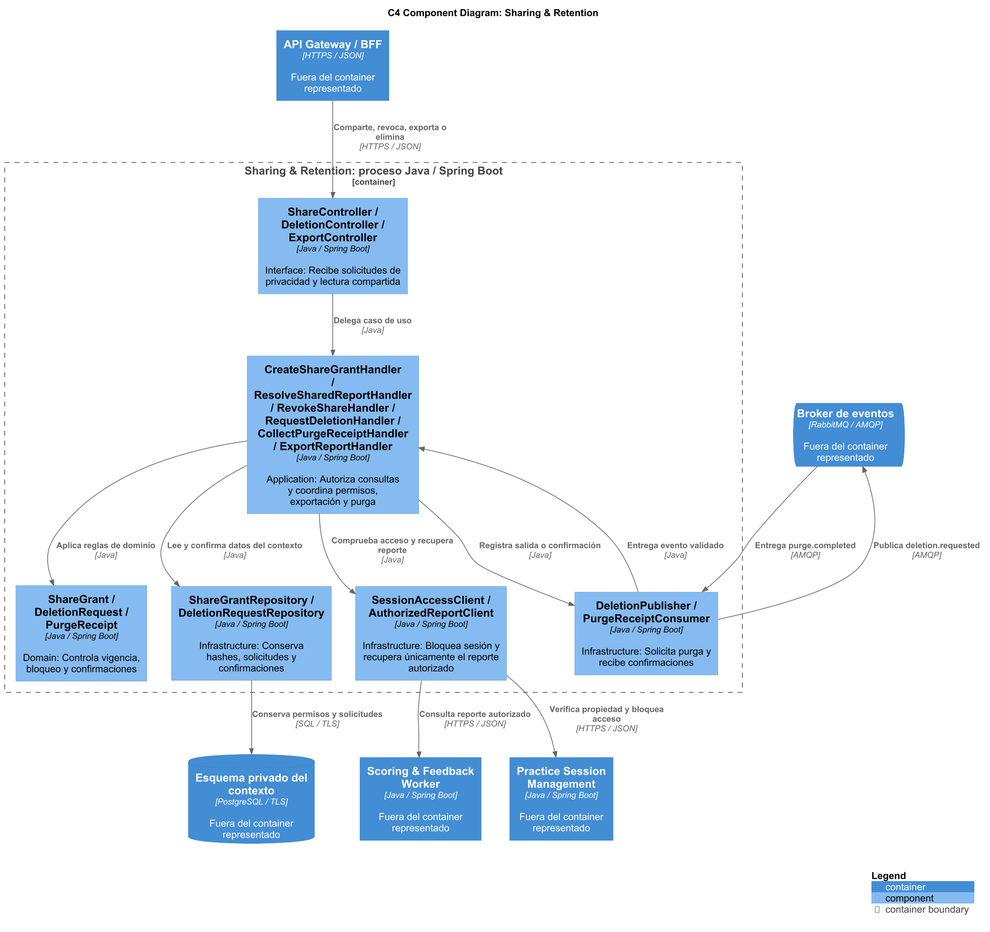
The PlantUML diagram assets/diagrams/tactical/06-sharing-retention-components.png in upc-pre-202620-si728-16365-thropic/talki-project-report, before a commit.
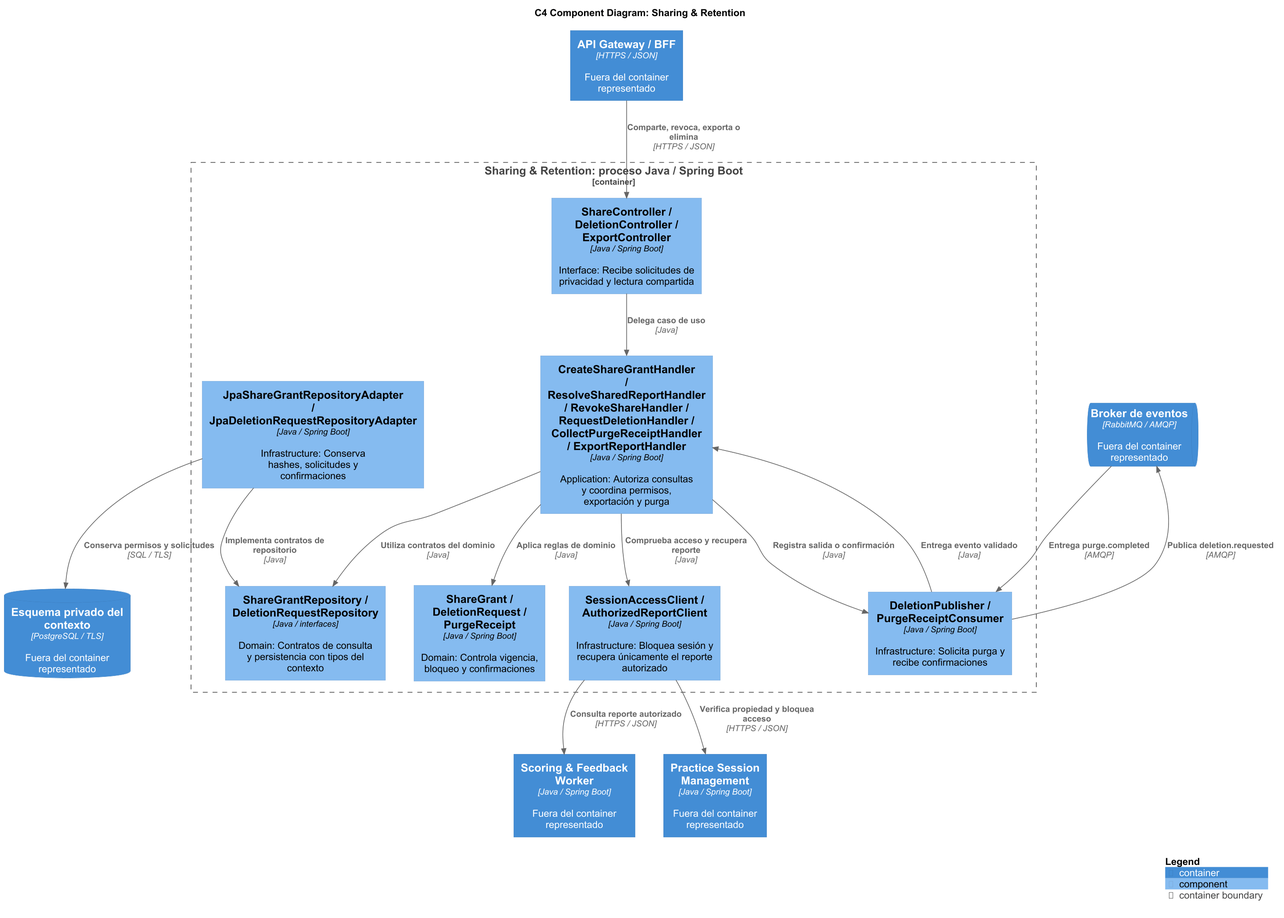
After the commit.

Diff of the diagram source:
```diff
@@ -13,14 +13,16 @@
   Component(api, "ShareController / DeletionController / ExportController", "Java / Spring Boot", "Interface: Recibe solicitudes de privacidad y lectura compartida")
   Component(app, "CreateShareGrantHandler / ResolveSharedReportHandler / RevokeShareHandler / RequestDeletionHandler / CollectPurgeReceiptHandler / ExportReportHandler", "Java / Spring Boot", "Application: Autoriza consultas y coordina permisos, exportación y purga")
   Component(rules, "ShareGrant / DeletionRequest / PurgeReceipt", "Java / Spring Boot", "Domain: Controla vigencia, bloqueo y confirmaciones")
-  Component(repo, "ShareGrantRepository / DeletionRequestRepository", "Java / Spring Boot", "Infrastructure: Conserva hashes, solicitudes y confirmaciones")
+  Component(ports, "ShareGrantRepository / DeletionRequestRepository", "Java / interfaces", "Domain: Contratos de consulta y persistencia con tipos del contexto")
+  Component(repo, "JpaShareGrantRepositoryAdapter / JpaDeletionRequestRepositoryAdapter", "Java / Spring Boot", "Infrastructure: Conserva hashes, solicitudes y confirmaciones")
   Component(messaging, "DeletionPublisher / PurgeReceiptConsumer", "Java / Spring Boot", "Infrastructure: Solicita purga y recibe confirmaciones")
   Component(clients, "SessionAccessClient / AuthorizedReportClient", "Java / Spring Boot", "Infrastructure: Bloquea sesión y recupera únicamente el reporte autorizado")
 }
 Rel(api, app, "Delega caso de uso", "Java")
 Rel(messaging, app, "Entrega evento validado", "Java")
 Rel(app, rules, "Aplica reglas de dominio", "Java")
-Rel(app, repo, "Lee y confirma datos del contexto", "Java")
+Rel(app, ports, "Utiliza contratos del dominio", "Java")
+Rel(repo, ports, "Implementa contratos de repositorio", "Java")
 Rel(app, clients, "Comprueba acceso y recupera reporte", "Java")
 Rel(app, messaging, "Registra salida o confirmación", "Java")
 Rel(bff, api, "Comparte, revoca, exporta o elimina", "HTTPS / JSON")
```
